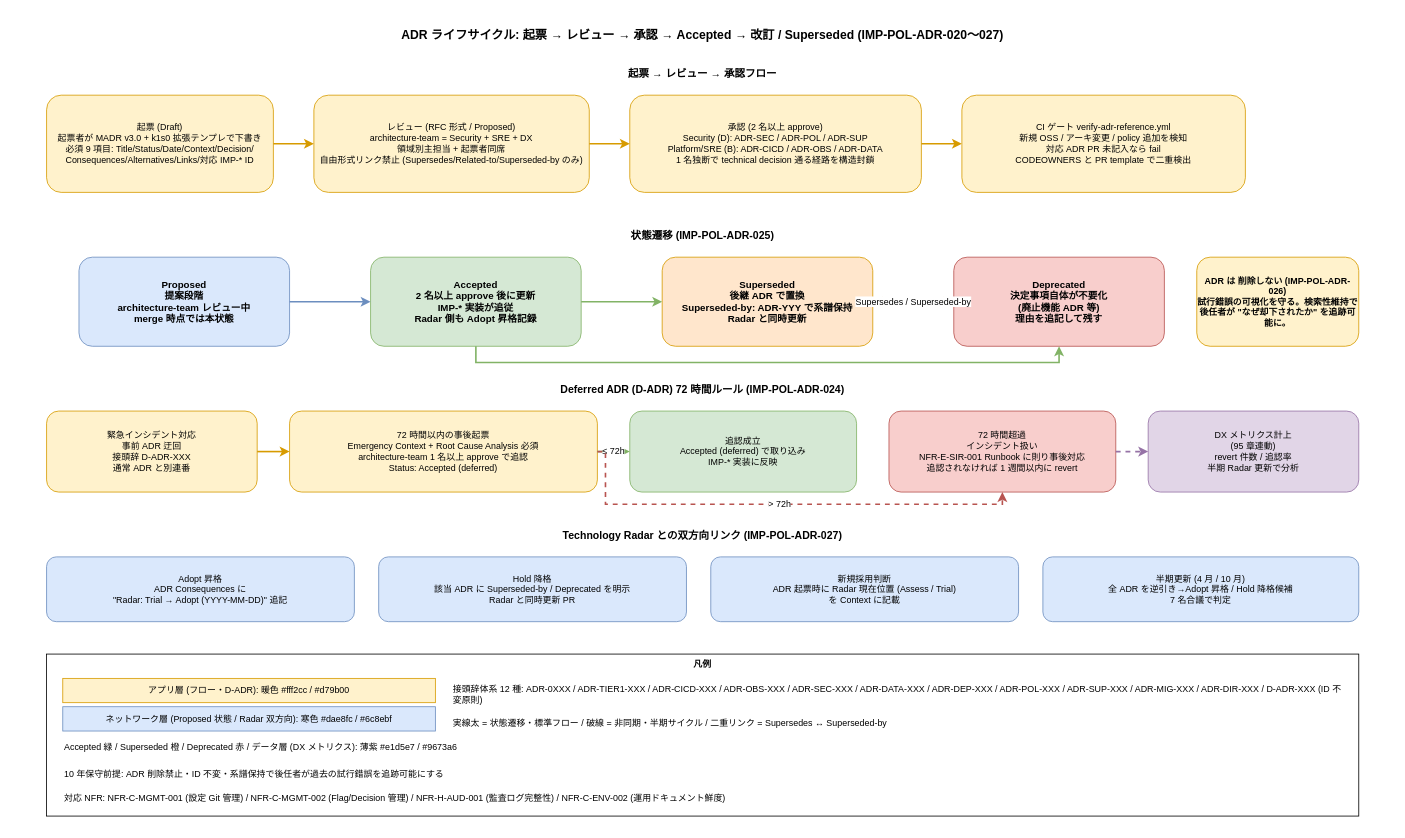
Earlier version of the draw.io diagram docs/05_実装/90_ガバナンス設計/20_ADR_プロセス/img/20_ADR_ライフサイクル.drawio (RyuheiKiso/k1s0). Source tidied: cells renumbered, new cells numbered last; positions are measured from the earlier drawing's top-left corner, leaving out a move shared by most shapes. Both pictures are drawn from the tidied source at 81%, with x=0, y=0 at pixel (14, 14).
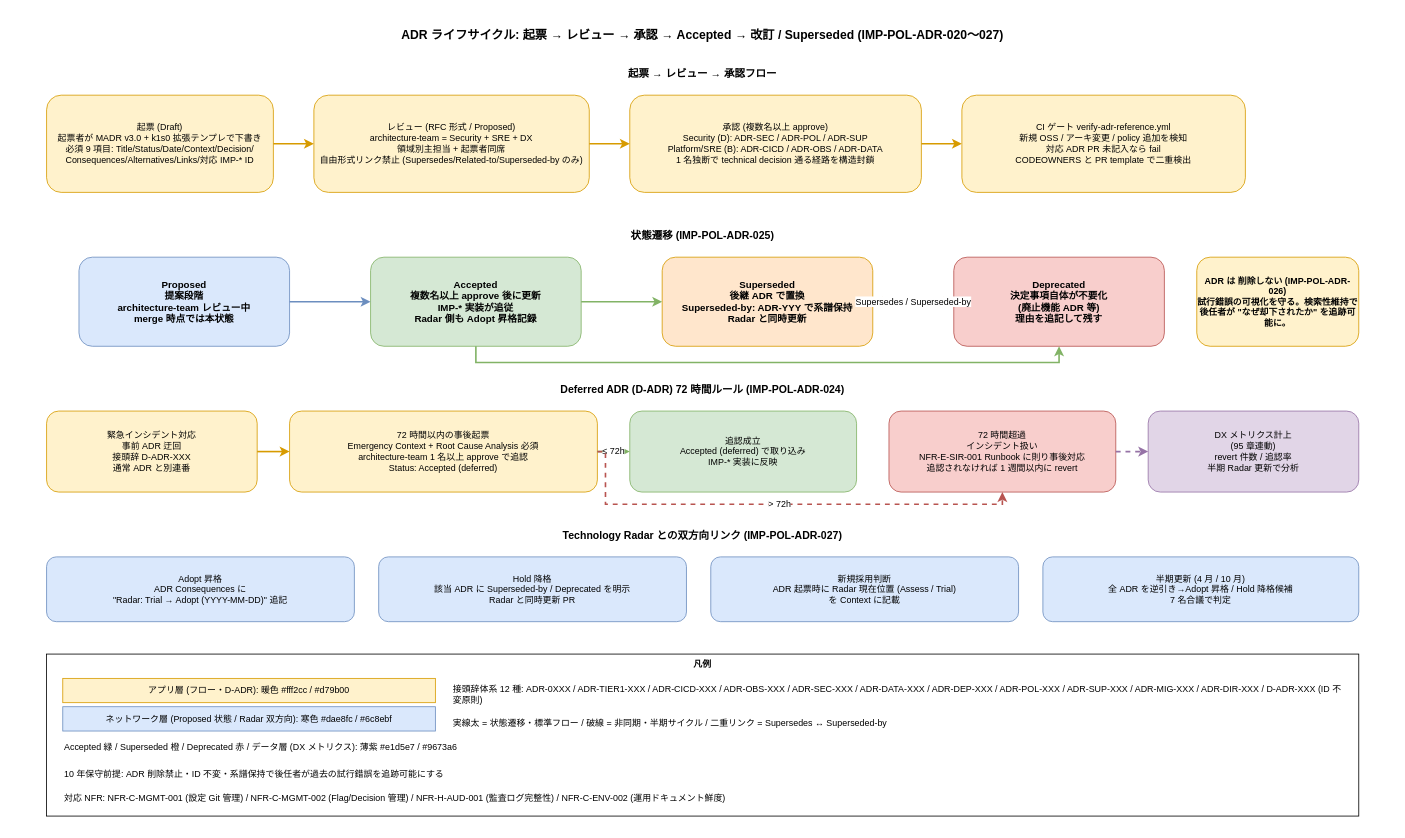
Above is the later version.

Change to the diagram source:
```diff
@@
-    <mxCell id="7" value="承認 (2 名以上 approve)&#10;Security (D): ADR-SEC / ADR-POL / ADR-SUP&#10;Platform/SRE (B): ADR-CICD / ADR-OBS / ADR-DATA&#10;1 名独断で technical decision 通る経路を構造封鎖" style="rounded=1;whiteSpace=wrap;html=1;fillColor=#fff2cc;strokeColor=#d79b00;fontSize=11;" parent="1" vertex="1">
+    <mxCell id="7" value="承認 (複数名以上 approve)&#10;Security (D): ADR-SEC / ADR-POL / ADR-SUP&#10;Platform/SRE (B): ADR-CICD / ADR-OBS / ADR-DATA&#10;1 名独断で technical decision 通る経路を構造封鎖" style="rounded=1;whiteSpace=wrap;html=1;fillColor=#fff2cc;strokeColor=#d79b00;fontSize=11;" parent="1" vertex="1">
       <mxGeometry x="760" y="100" width="360" height="120" as="geometry" />
     </mxCell>
@@
-    <mxCell id="11" value="Accepted&#10;2 名以上 approve 後に更新&#10;IMP-* 実装が追従&#10;Radar 側も Adopt 昇格記録" style="rounded=1;whiteSpace=wrap;html=1;fillColor=#d5e8d4;strokeColor=#82b366;fontSize=12;fontStyle=1;" parent="1" vertex="1">
+    <mxCell id="11" value="Accepted&#10;複数名以上 approve 後に更新&#10;IMP-* 実装が追従&#10;Radar 側も Adopt 昇格記録" style="rounded=1;whiteSpace=wrap;html=1;fillColor=#d5e8d4;strokeColor=#82b366;fontSize=12;fontStyle=1;" parent="1" vertex="1">
       <mxGeometry x="440" y="300" width="260" height="110" as="geometry" />
     </mxCell>
```
